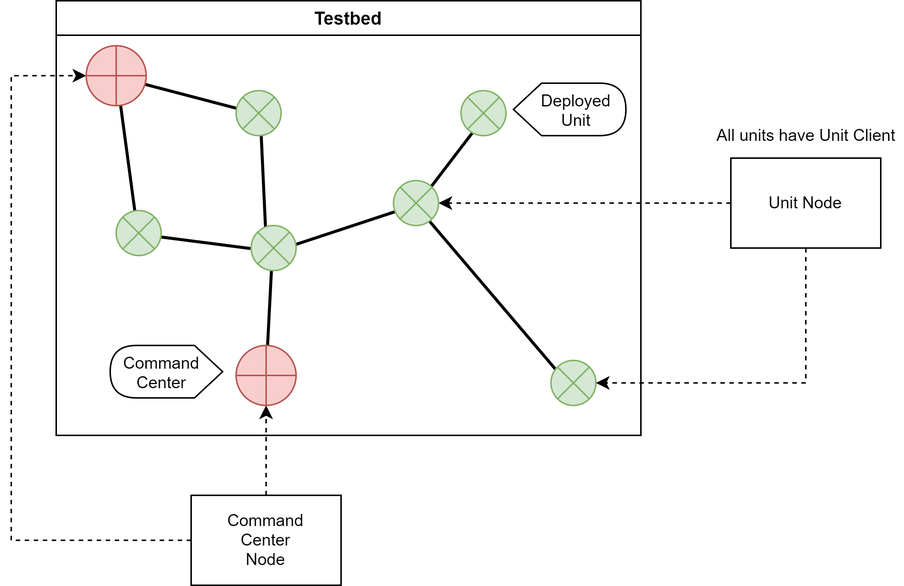
This is docs/figures/nodes_diagram.png from mido3ds/C4IAN, a draw.io export, as it was before one commit. Source tidied: cells renumbered, new cells last; positions are measured from the earlier drawing's top-left corner, leaving out a move shared by most shapes.
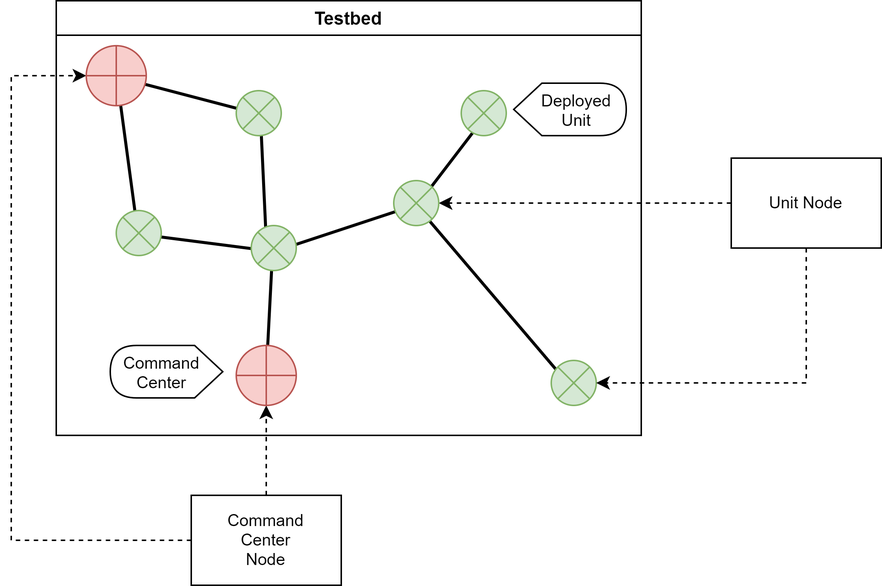
Above is the later version.

Commit message:
Updated the nodes diagram

Change to the diagram source:
```diff
@@ -77,9 +77,6 @@
     <mxCell id="24" value="Unit Node" style="whiteSpace=wrap;html=1;align=center;verticalAlign=middle;newEdgeStyle={&quot;edgeStyle&quot;:&quot;elbowEdgeStyle&quot;,&quot;startArrow&quot;:&quot;none&quot;,&quot;endArrow&quot;:&quot;none&quot;};fontSize=11;sketch=0;" parent="1" vertex="1">
       <mxGeometry x="480" y="105" width="100" height="60" as="geometry" />
     </mxCell>
-    <mxCell id="25" value="All units have Unit Client" style="text;html=1;align=center;verticalAlign=middle;fontSize=11;" parent="1" vertex="1">
-      <mxGeometry x="465" y="80" width="130" height="20" as="geometry" />
-    </mxCell>
     <mxCell id="26" value="Command&lt;br&gt;Center&lt;br&gt;Node" style="whiteSpace=wrap;html=1;align=center;verticalAlign=middle;newEdgeStyle={&quot;edgeStyle&quot;:&quot;elbowEdgeStyle&quot;,&quot;startArrow&quot;:&quot;none&quot;,&quot;endArrow&quot;:&quot;none&quot;};fontSize=11;" parent="1" vertex="1">
       <mxGeometry x="120" y="330" width="100" height="60" as="geometry" />
     </mxCell>
```
